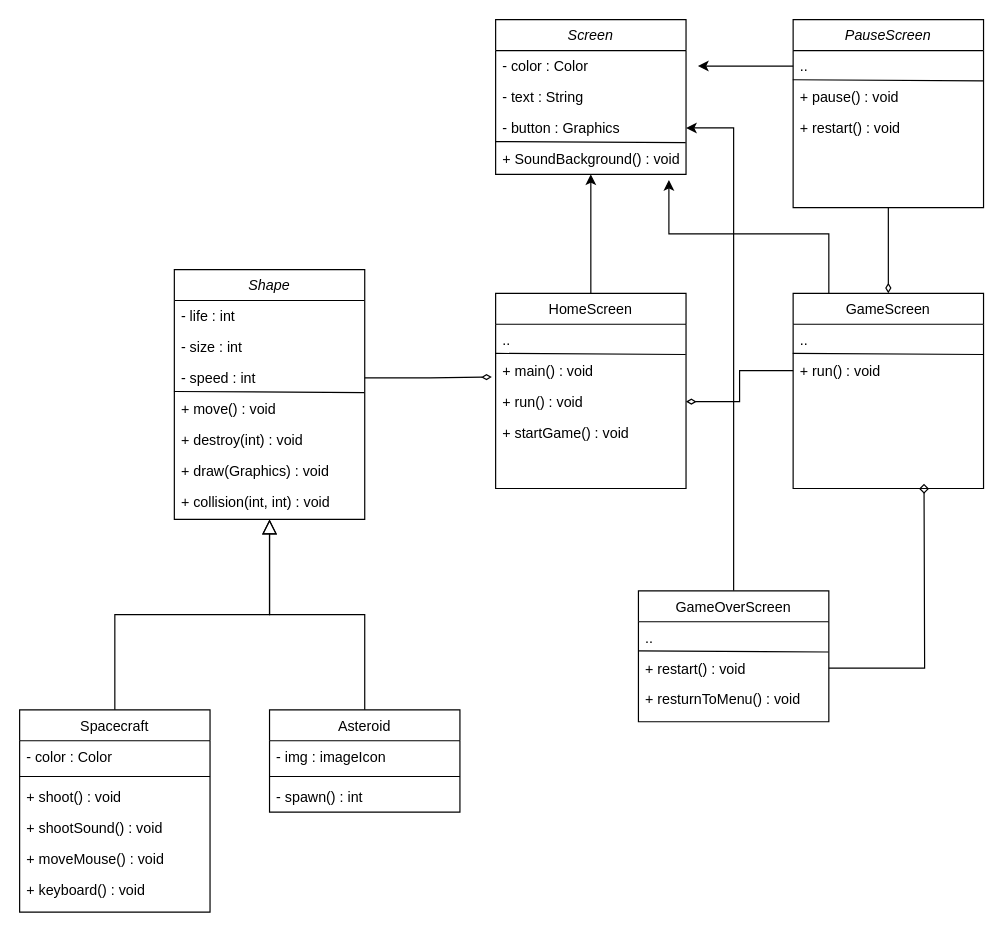
This is Diagrama UML.drawio from Game-JAVA/Javasapiens, a draw.io file, before an edit. Source tidied: cells renumbered, new cells numbered last; positions are measured from the earlier drawing's top-left corner, leaving out a move shared by most shapes. Both pictures are drawn from the tidied source at 119%, with x=0, y=0 at pixel (19, 19).
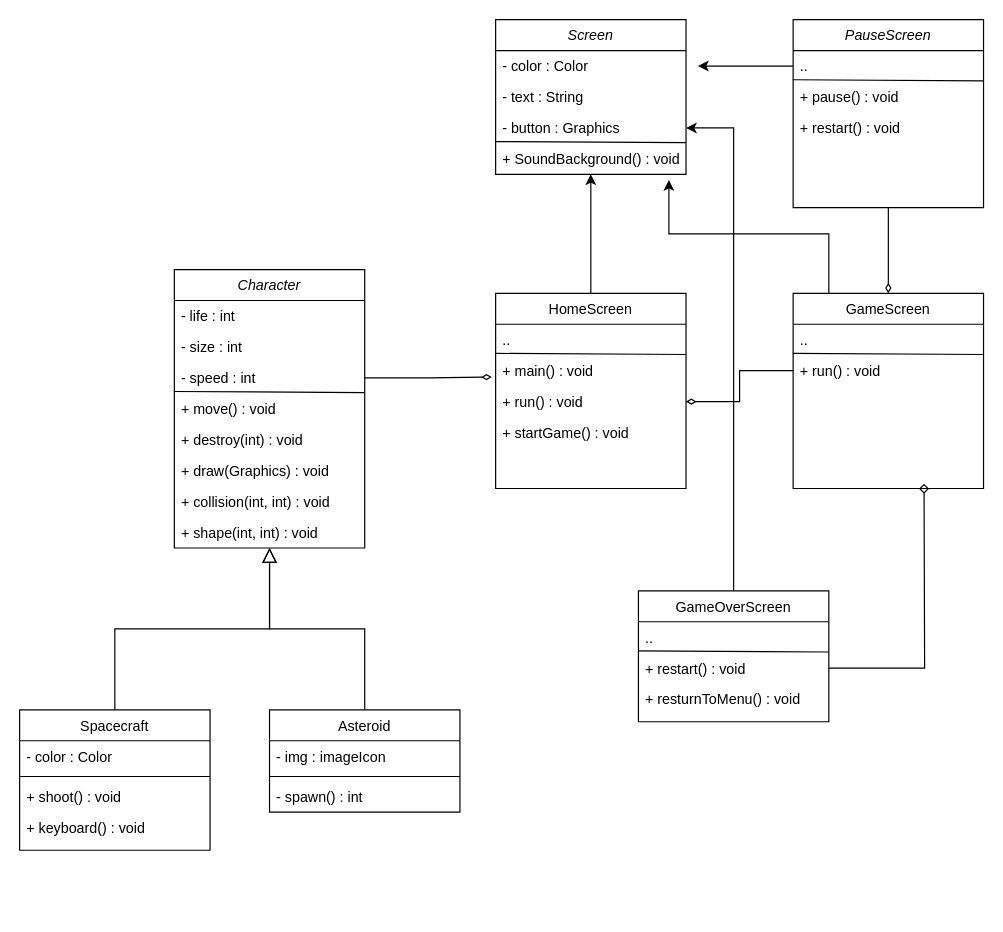
After the change.

Commit message:
docs: UML diagram update

Change to the diagram source:
```diff
@@
-    <mxCell id="2" value="Shape" style="swimlane;fontStyle=2;align=center;verticalAlign=top;horizontal=1;startSize=26;rounded=0;shadow=0;strokeWidth=1;" parent="1" vertex="1">
-      <mxGeometry x="130" y="210" width="160" height="210" as="geometry" />
+    <mxCell id="2" value="Character" style="swimlane;fontStyle=2;align=center;verticalAlign=top;horizontal=1;startSize=26;rounded=0;shadow=0;strokeWidth=1;" parent="1" vertex="1">
+      <mxGeometry x="130" y="210" width="160" height="234" as="geometry" />
     </mxCell>
@@
+    <mxCell id="58" value="+ shape(int, int) : void" style="text;align=left;verticalAlign=top;spacingLeft=4;spacingRight=4;overflow=hidden;" parent="2" vertex="1">
+      <mxGeometry y="208" width="160" height="26" as="geometry" />
+    </mxCell>
     <mxCell id="11" value="Spacecraft" style="swimlane;fontStyle=0;align=center;verticalAlign=top;horizontal=1;startSize=26;rounded=0;shadow=0;strokeWidth=1;" parent="1" vertex="1">
-      <mxGeometry y="580" width="160" height="170" as="geometry" />
+      <mxGeometry y="580" width="160" height="118" as="geometry" />
     </mxCell>
@@
-    <mxCell id="15" value="+ shootSound() : void" style="text;align=left;verticalAlign=top;spacingLeft=4;spacingRight=4;overflow=hidden;" parent="11" vertex="1">
-      <mxGeometry y="86" width="160" height="26" as="geometry" />
-    </mxCell>
-    <mxCell id="16" value="+ moveMouse() : void" style="text;align=left;verticalAlign=top;spacingLeft=4;spacingRight=4;overflow=hidden;" parent="11" vertex="1">
-      <mxGeometry y="112" width="160" height="26" as="geometry" />
-    </mxCell>
     <mxCell id="17" value="+ keyboard() : void" style="text;align=left;verticalAlign=top;spacingLeft=4;spacingRight=4;overflow=hidden;" parent="11" vertex="1">
-      <mxGeometry y="138" width="160" height="32" as="geometry" />
+      <mxGeometry y="86" width="160" height="32" as="geometry" />
     </mxCell>
```
